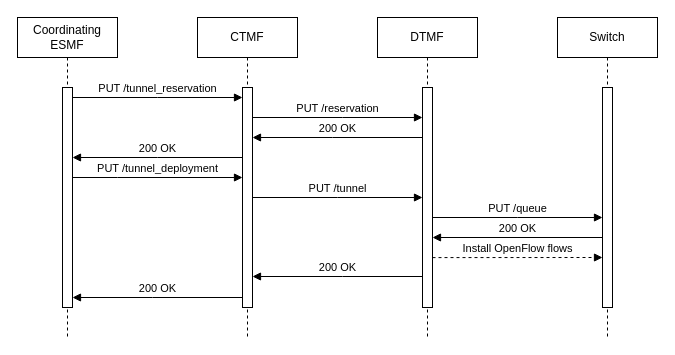
The draw.io diagram diagrams/slice_creation_ctmf_to_dtmf.drawio in FriwiDev/thesis, before the edit. Source tidied: cells renumbered, new cells numbered last; positions are measured from the earlier drawing's top-left corner, leaving out a move shared by most shapes. Both pictures are drawn from the tidied source at 100%, with x=0, y=0 at pixel (17, 17).
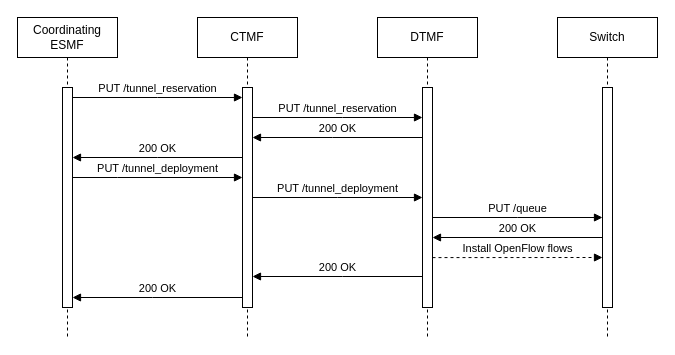
Above is the later version.

Commit message (it also covers changes not shown here):
Change API to make DTMF a subset of DSMF -> Saves implementation effort

The change refers to these unchanged cells:
```xml
<mxCell id="5" style="html=1;points=[];perimeter=orthogonalPerimeter;outlineConnect=0;targetShapes=umlLifeline;portConstraint=eastwest;newEdgeStyle={&quot;edgeStyle&quot;:&quot;elbowEdgeStyle&quot;,&quot;elbow&quot;:&quot;vertical&quot;,&quot;curved&quot;:0,&quot;rounded&quot;:0};" parent="4" vertex="1">
  <mxGeometry x="45" y="70" width="10" height="220" as="geometry" />
</mxCell>
<mxCell id="8" style="html=1;points=[];perimeter=orthogonalPerimeter;outlineConnect=0;targetShapes=umlLifeline;portConstraint=eastwest;newEdgeStyle={&quot;edgeStyle&quot;:&quot;elbowEdgeStyle&quot;,&quot;elbow&quot;:&quot;vertical&quot;,&quot;curved&quot;:0,&quot;rounded&quot;:0};" parent="7" vertex="1">
  <mxGeometry x="45" y="70" width="10" height="220" as="geometry" />
</mxCell>
```

What changed in the source:
```diff
@@
-    <mxCell id="11" value="PUT /reservation" style="html=1;verticalAlign=bottom;endArrow=block;edgeStyle=elbowEdgeStyle;elbow=vertical;curved=0;rounded=0;" parent="1" edge="1" source="5" target="8">
+    <mxCell id="11" value="PUT /tunnel_reservation" style="html=1;verticalAlign=bottom;endArrow=block;edgeStyle=elbowEdgeStyle;elbow=vertical;curved=0;rounded=0;" parent="1" edge="1" source="5" target="8">
       <mxGeometry relative="1" as="geometry">
         <Array as="points">
           <mxPoint x="325" y="100" />
         </Array>
       </mxGeometry>
     </mxCell>
@@
-    <mxCell id="13" value="PUT /tunnel" style="html=1;verticalAlign=bottom;endArrow=block;edgeStyle=elbowEdgeStyle;elbow=vertical;curved=0;rounded=0;" parent="1" edge="1">
+    <mxCell id="13" value="PUT /tunnel_deployment" style="html=1;verticalAlign=bottom;endArrow=block;edgeStyle=elbowEdgeStyle;elbow=vertical;curved=0;rounded=0;" parent="1" edge="1">
       <mxGeometry relative="1" as="geometry">
         <mxPoint x="235" y="180" as="sourcePoint" />
         <mxPoint x="405" y="180" as="targetPoint" />
         <Array as="points">
           <mxPoint x="320" y="180" />
         </Array>
       </mxGeometry>
     </mxCell>
```
